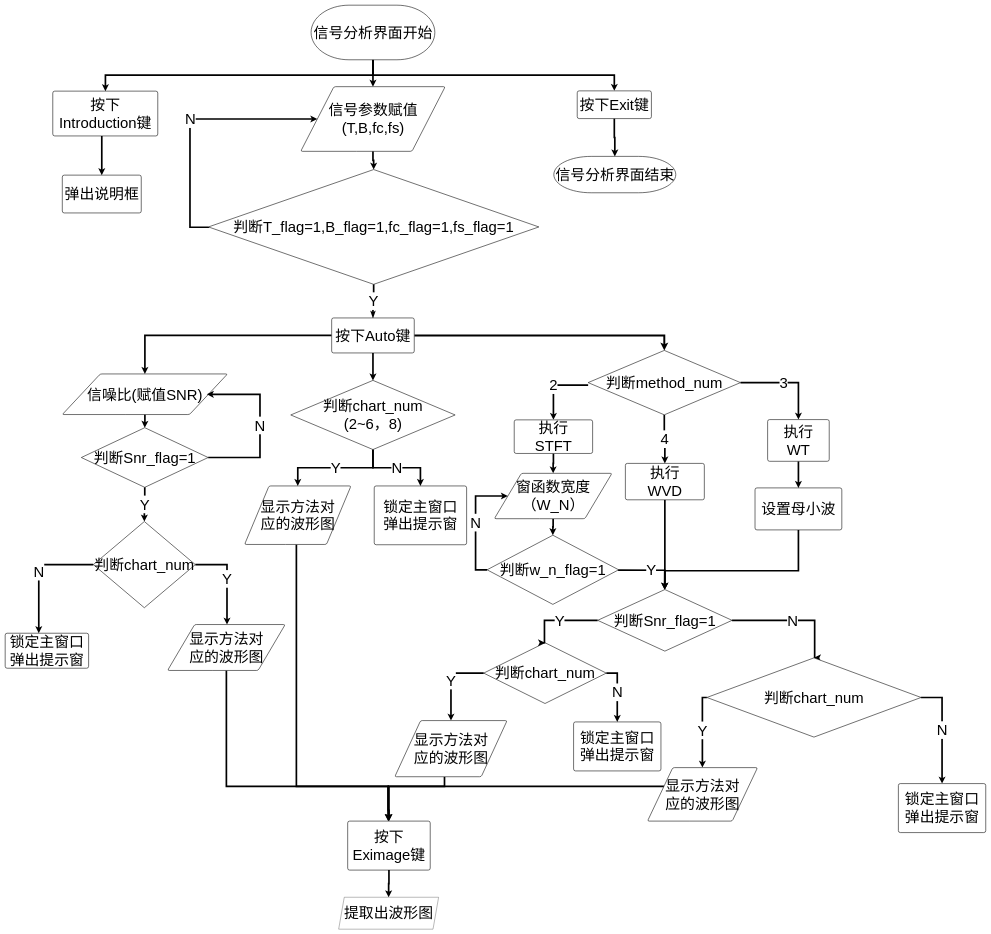
Earlier version of the draw.io diagram TFA.drawio (Being-Chip/hello-world). Source tidied: cells renumbered, new cells numbered last; positions are measured from the earlier drawing's top-left corner, leaving out a move shared by most shapes. Both pictures are drawn from the tidied source at 28%, with x=0, y=0 at pixel (5, 5).
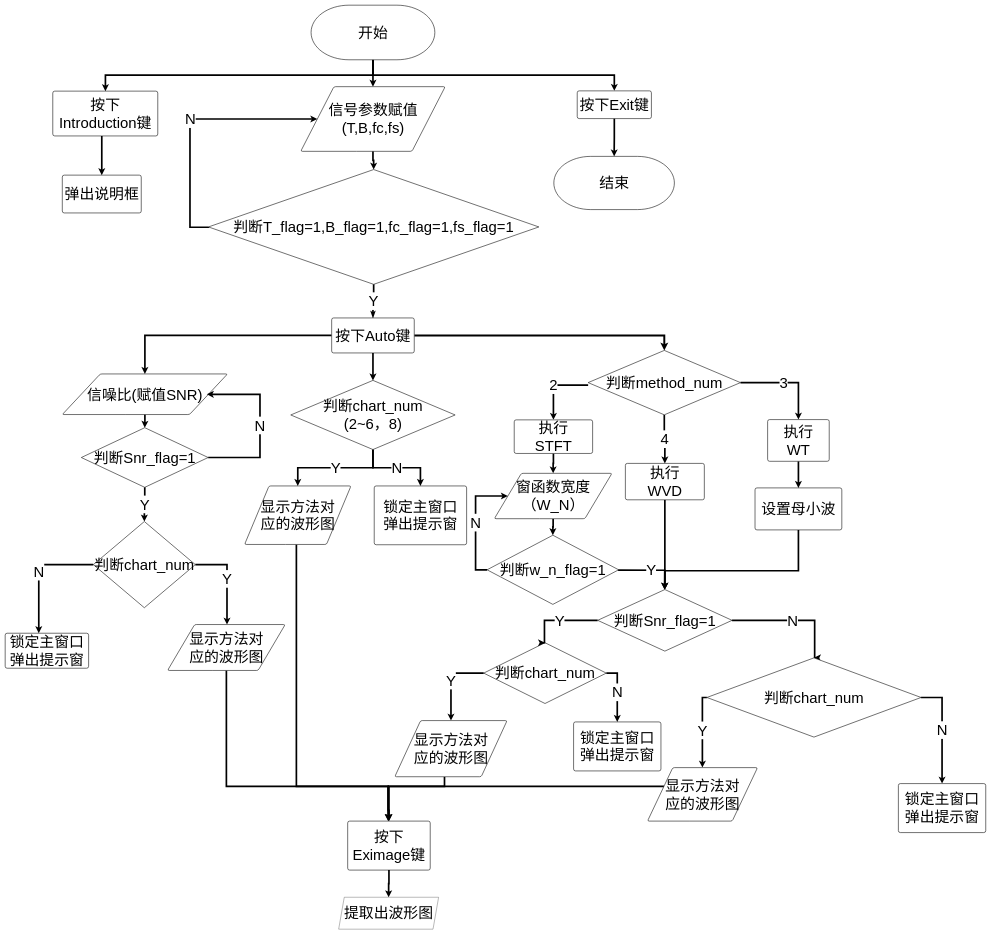
After the change.

The edit, as a diff of the source:
```diff
@@
-    <mxCell id="5" value="信号分析界面开始" style="strokeWidth=2;html=1;shape=mxgraph.flowchart.terminator;whiteSpace=wrap;fontSize=53;fontStyle=0;" parent="1" vertex="1">
+    <mxCell id="5" value="开始" style="strokeWidth=2;html=1;shape=mxgraph.flowchart.terminator;whiteSpace=wrap;fontSize=53;fontStyle=0;" parent="1" vertex="1">
       <mxGeometry x="1092.5" width="442" height="195" as="geometry" />
     </mxCell>
@@
-    <mxCell id="69" value="信号分析界面结束" style="strokeWidth=2;html=1;shape=mxgraph.flowchart.terminator;whiteSpace=wrap;fontSize=53;fontStyle=0;" parent="1" vertex="1">
-      <mxGeometry x="1959.5" y="540" width="435.5" height="130" as="geometry" />
+    <mxCell id="69" value="结束" style="strokeWidth=2;html=1;shape=mxgraph.flowchart.terminator;whiteSpace=wrap;fontSize=53;fontStyle=0;" parent="1" vertex="1">
+      <mxGeometry x="1959.5" y="540" width="430.5" height="190" as="geometry" />
     </mxCell>
```
